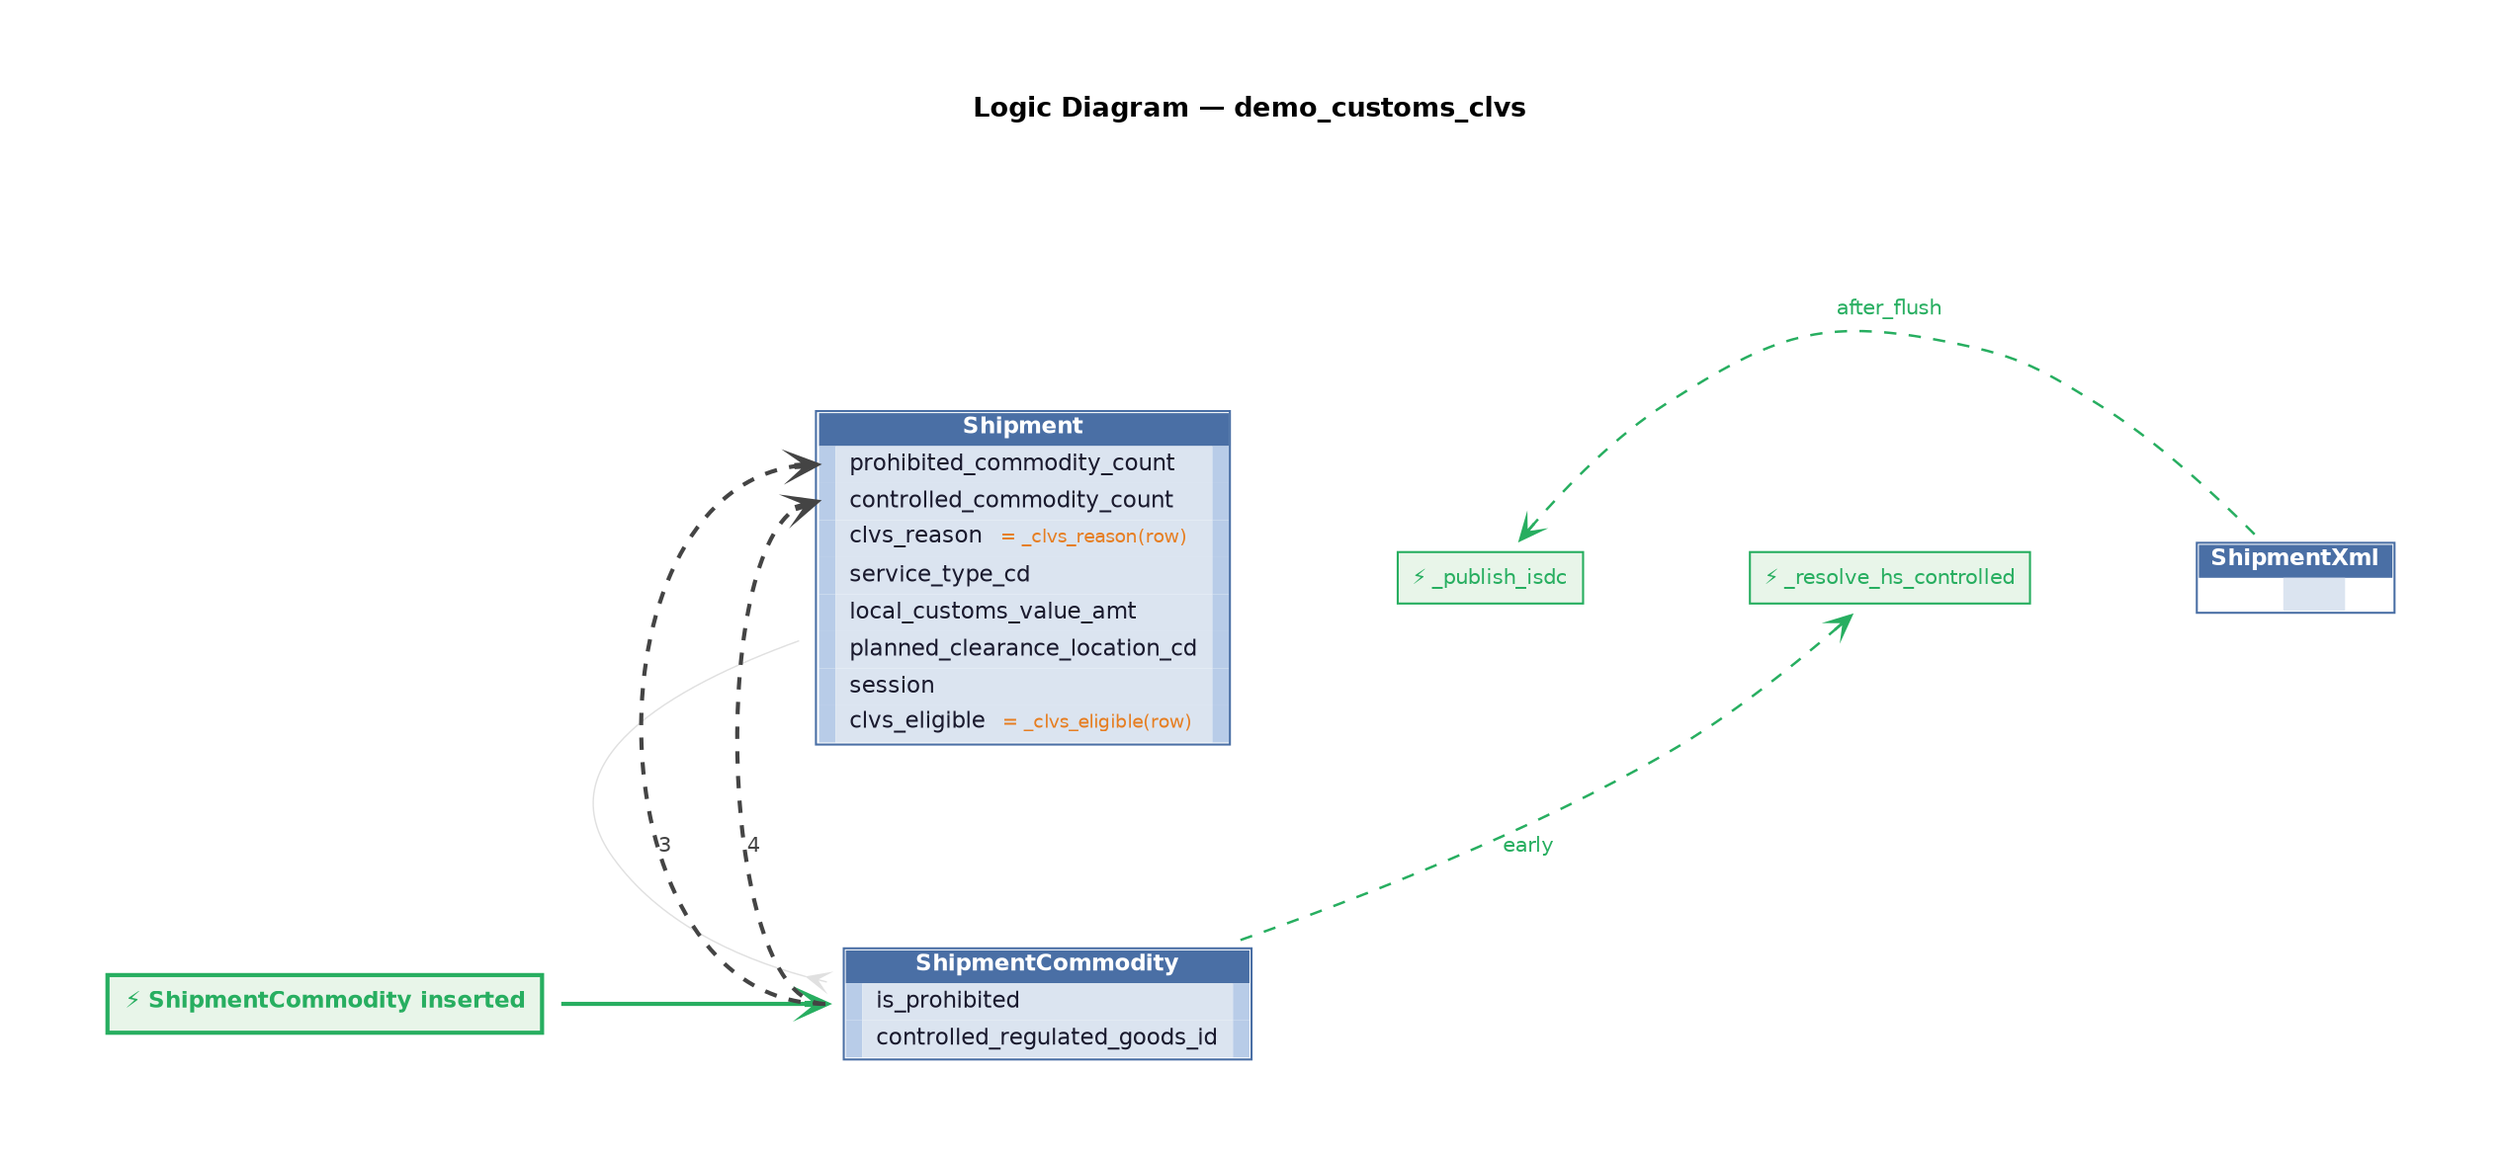
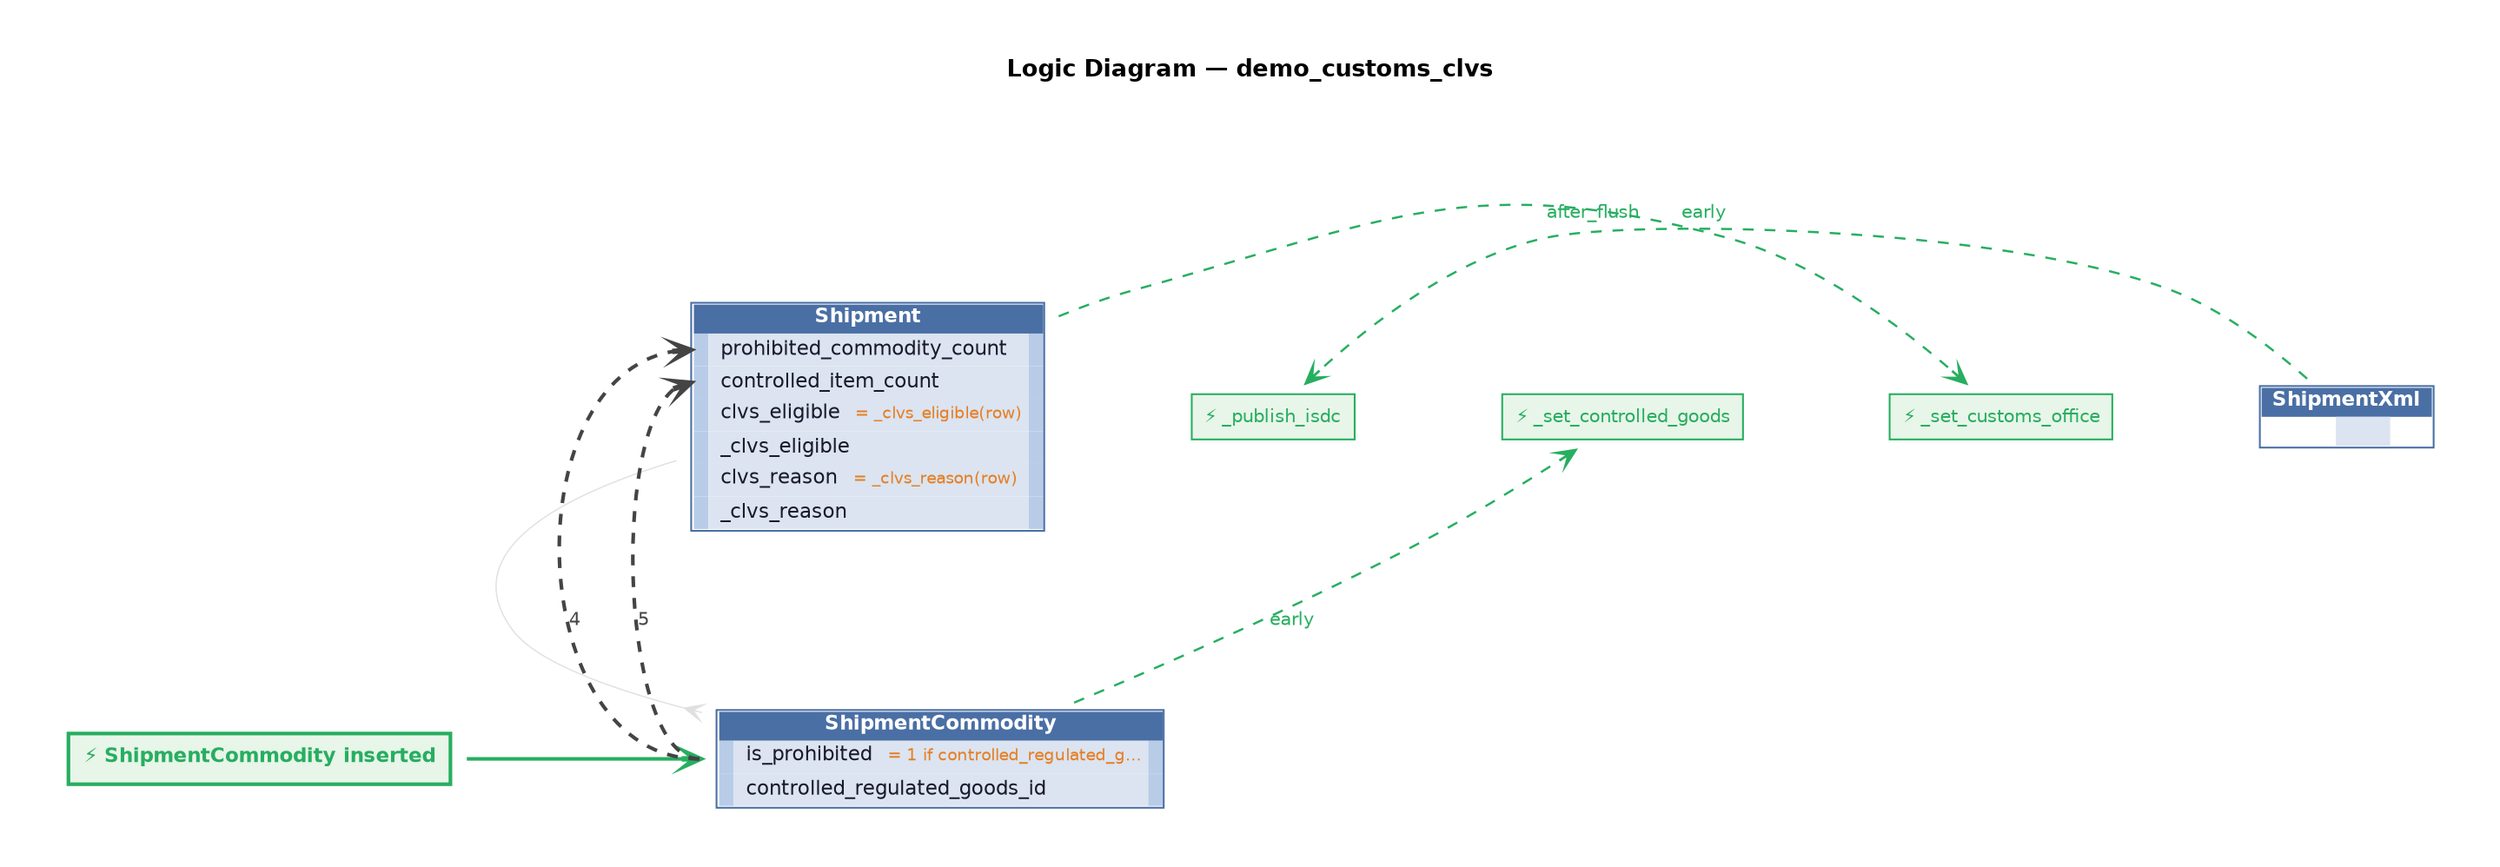
digraph logic {
  graph [rankdir=TB, fontname="Helvetica", fontsize=13,
         label=<<B>Logic Diagram — demo_customs_clvs</B>>, labelloc=t,
-          pad=0.6, nodesep=0.9, ranksep=1.1, bgcolor="white",
+          pad=0.4, nodesep=0.90, ranksep=1.10, bgcolor="white",
         splines=spline]
  node  [fontname="Helvetica", fontsize=11, shape=plaintext]
  edge  [fontname="Helvetica", fontsize=10]

  // ── trigger ─────────────────────────────────────────────────────
  TRIGGER [label=<<TABLE BORDER="2" CELLBORDER="0" CELLPADDING="5" BGCOLOR="#e8f5e9" COLOR="#27ae60"><TR><TD><FONT COLOR="#27ae60"><B>&#9889; ShipmentCommodity inserted</B></FONT></TD></TR></TABLE>>, shape=plaintext]

  // ── schema layer ──────────────────────────────────────────────────
-   Shipment [label=<<TABLE BORDER="1" CELLBORDER="0" CELLSPACING="0" COLOR="#4a6fa5"><TR><TD COLSPAN="3" BGCOLOR="#4a6fa5"><FONT COLOR="white"><B> Shipment </B></FONT></TD></TR><TR><TD PORT="Shipment_prohibited_commodity_count_w" WIDTH="6" HEIGHT="18" BGCOLOR="#b8cce8"> </TD><TD PORT="Shipment_prohibited_commodity_count" ALIGN="LEFT" BGCOLOR="#dbe4f0" CELLPADDING="3"><FONT COLOR="#1a1a2e"> prohibited_commodity_count </FONT></TD><TD PORT="Shipment_prohibited_commodity_count_e" WIDTH="6" HEIGHT="18" BGCOLOR="#b8cce8"> </TD></TR><TR><TD PORT="Shipment_controlled_commodity_count_w" WIDTH="6" HEIGHT="18" BGCOLOR="#b8cce8"> </TD><TD PORT="Shipment_controlled_commodity_count" ALIGN="LEFT" BGCOLOR="#dbe4f0" CELLPADDING="3"><FONT COLOR="#1a1a2e"> controlled_commodity_count </FONT></TD><TD PORT="Shipment_controlled_commodity_count_e" WIDTH="6" HEIGHT="18" BGCOLOR="#b8cce8"> </TD></TR><TR><TD PORT="Shipment_clvs_reason_w" WIDTH="6" HEIGHT="18" BGCOLOR="#b8cce8"> </TD><TD PORT="Shipment_clvs_reason" ALIGN="LEFT" BGCOLOR="#dbe4f0" CELLPADDING="3"><FONT COLOR="#1a1a2e"> clvs_reason </FONT> <FONT COLOR="#e67e22" POINT-SIZE="9">= _clvs_reason(row)</FONT></TD><TD PORT="Shipment_clvs_reason_e" WIDTH="6" HEIGHT="18" BGCOLOR="#b8cce8"> </TD></TR><TR><TD PORT="Shipment_service_type_cd_w" WIDTH="6" HEIGHT="18" BGCOLOR="#b8cce8"> </TD><TD PORT="Shipment_service_type_cd" ALIGN="LEFT" BGCOLOR="#dbe4f0" CELLPADDING="3"><FONT COLOR="#1a1a2e"> service_type_cd </FONT></TD><TD PORT="Shipment_service_type_cd_e" WIDTH="6" HEIGHT="18" BGCOLOR="#b8cce8"> </TD></TR><TR><TD PORT="Shipment_local_customs_value_amt_w" WIDTH="6" HEIGHT="18" BGCOLOR="#b8cce8"> </TD><TD PORT="Shipment_local_customs_value_amt" ALIGN="LEFT" BGCOLOR="#dbe4f0" CELLPADDING="3"><FONT COLOR="#1a1a2e"> local_customs_value_amt </FONT></TD><TD PORT="Shipment_local_customs_value_amt_e" WIDTH="6" HEIGHT="18" BGCOLOR="#b8cce8"> </TD></TR><TR><TD PORT="Shipment_planned_clearance_location_cd_w" WIDTH="6" HEIGHT="18" BGCOLOR="#b8cce8"> </TD><TD PORT="Shipment_planned_clearance_location_cd" ALIGN="LEFT" BGCOLOR="#dbe4f0" CELLPADDING="3"><FONT COLOR="#1a1a2e"> planned_clearance_location_cd </FONT></TD><TD PORT="Shipment_planned_clearance_location_cd_e" WIDTH="6" HEIGHT="18" BGCOLOR="#b8cce8"> </TD></TR><TR><TD PORT="Shipment_session_w" WIDTH="6" HEIGHT="18" BGCOLOR="#b8cce8"> </TD><TD PORT="Shipment_session" ALIGN="LEFT" BGCOLOR="#dbe4f0" CELLPADDING="3"><FONT COLOR="#1a1a2e"> session </FONT></TD><TD PORT="Shipment_session_e" WIDTH="6" HEIGHT="18" BGCOLOR="#b8cce8"> </TD></TR><TR><TD PORT="Shipment_clvs_eligible_w" WIDTH="6" HEIGHT="18" BGCOLOR="#b8cce8"> </TD><TD PORT="Shipment_clvs_eligible" ALIGN="LEFT" BGCOLOR="#dbe4f0" CELLPADDING="3"><FONT COLOR="#1a1a2e"> clvs_eligible </FONT> <FONT COLOR="#e67e22" POINT-SIZE="9">= _clvs_eligible(row)</FONT></TD><TD PORT="Shipment_clvs_eligible_e" WIDTH="6" HEIGHT="18" BGCOLOR="#b8cce8"> </TD></TR></TABLE>>]
-   ShipmentCommodity [label=<<TABLE BORDER="1" CELLBORDER="0" CELLSPACING="0" COLOR="#4a6fa5"><TR><TD COLSPAN="3" BGCOLOR="#4a6fa5"><FONT COLOR="white"><B> ShipmentCommodity </B></FONT></TD></TR><TR><TD PORT="ShipmentCommodity_is_prohibited_w" WIDTH="6" HEIGHT="18" BGCOLOR="#b8cce8"> </TD><TD PORT="ShipmentCommodity_is_prohibited" ALIGN="LEFT" BGCOLOR="#dbe4f0" CELLPADDING="3"><FONT COLOR="#1a1a2e"> is_prohibited </FONT></TD><TD PORT="ShipmentCommodity_is_prohibited_e" WIDTH="6" HEIGHT="18" BGCOLOR="#b8cce8"> </TD></TR><TR><TD PORT="ShipmentCommodity_controlled_regulated_goods_id_w" WIDTH="6" HEIGHT="18" BGCOLOR="#b8cce8"> </TD><TD PORT="ShipmentCommodity_controlled_regulated_goods_id" ALIGN="LEFT" BGCOLOR="#dbe4f0" CELLPADDING="3"><FONT COLOR="#1a1a2e"> controlled_regulated_goods_id </FONT></TD><TD PORT="ShipmentCommodity_controlled_regulated_goods_id_e" WIDTH="6" HEIGHT="18" BGCOLOR="#b8cce8"> </TD></TR></TABLE>>]
+   Shipment [label=<<TABLE BORDER="1" CELLBORDER="0" CELLSPACING="0" COLOR="#4a6fa5"><TR><TD COLSPAN="3" BGCOLOR="#4a6fa5"><FONT COLOR="white"><B> Shipment </B></FONT></TD></TR><TR><TD PORT="Shipment_prohibited_commodity_count_w" WIDTH="6" HEIGHT="18" BGCOLOR="#b8cce8"> </TD><TD PORT="Shipment_prohibited_commodity_count" ALIGN="LEFT" BGCOLOR="#dbe4f0" CELLPADDING="3"><FONT COLOR="#1a1a2e"> prohibited_commodity_count </FONT></TD><TD PORT="Shipment_prohibited_commodity_count_e" WIDTH="6" HEIGHT="18" BGCOLOR="#b8cce8"> </TD></TR><TR><TD PORT="Shipment_controlled_item_count_w" WIDTH="6" HEIGHT="18" BGCOLOR="#b8cce8"> </TD><TD PORT="Shipment_controlled_item_count" ALIGN="LEFT" BGCOLOR="#dbe4f0" CELLPADDING="3"><FONT COLOR="#1a1a2e"> controlled_item_count </FONT></TD><TD PORT="Shipment_controlled_item_count_e" WIDTH="6" HEIGHT="18" BGCOLOR="#b8cce8"> </TD></TR><TR><TD PORT="Shipment_clvs_eligible_w" WIDTH="6" HEIGHT="18" BGCOLOR="#b8cce8"> </TD><TD PORT="Shipment_clvs_eligible" ALIGN="LEFT" BGCOLOR="#dbe4f0" CELLPADDING="3"><FONT COLOR="#1a1a2e"> clvs_eligible </FONT> <FONT COLOR="#e67e22" POINT-SIZE="9">= _clvs_eligible(row)</FONT></TD><TD PORT="Shipment_clvs_eligible_e" WIDTH="6" HEIGHT="18" BGCOLOR="#b8cce8"> </TD></TR><TR><TD PORT="Shipment__clvs_eligible_w" WIDTH="6" HEIGHT="18" BGCOLOR="#b8cce8"> </TD><TD PORT="Shipment__clvs_eligible" ALIGN="LEFT" BGCOLOR="#dbe4f0" CELLPADDING="3"><FONT COLOR="#1a1a2e"> _clvs_eligible </FONT></TD><TD PORT="Shipment__clvs_eligible_e" WIDTH="6" HEIGHT="18" BGCOLOR="#b8cce8"> </TD></TR><TR><TD PORT="Shipment_clvs_reason_w" WIDTH="6" HEIGHT="18" BGCOLOR="#b8cce8"> </TD><TD PORT="Shipment_clvs_reason" ALIGN="LEFT" BGCOLOR="#dbe4f0" CELLPADDING="3"><FONT COLOR="#1a1a2e"> clvs_reason </FONT> <FONT COLOR="#e67e22" POINT-SIZE="9">= _clvs_reason(row)</FONT></TD><TD PORT="Shipment_clvs_reason_e" WIDTH="6" HEIGHT="18" BGCOLOR="#b8cce8"> </TD></TR><TR><TD PORT="Shipment__clvs_reason_w" WIDTH="6" HEIGHT="18" BGCOLOR="#b8cce8"> </TD><TD PORT="Shipment__clvs_reason" ALIGN="LEFT" BGCOLOR="#dbe4f0" CELLPADDING="3"><FONT COLOR="#1a1a2e"> _clvs_reason </FONT></TD><TD PORT="Shipment__clvs_reason_e" WIDTH="6" HEIGHT="18" BGCOLOR="#b8cce8"> </TD></TR></TABLE>>]
+   ShipmentCommodity [label=<<TABLE BORDER="1" CELLBORDER="0" CELLSPACING="0" COLOR="#4a6fa5"><TR><TD COLSPAN="3" BGCOLOR="#4a6fa5"><FONT COLOR="white"><B> ShipmentCommodity </B></FONT></TD></TR><TR><TD PORT="ShipmentCommodity_is_prohibited_w" WIDTH="6" HEIGHT="18" BGCOLOR="#b8cce8"> </TD><TD PORT="ShipmentCommodity_is_prohibited" ALIGN="LEFT" BGCOLOR="#dbe4f0" CELLPADDING="3"><FONT COLOR="#1a1a2e"> is_prohibited </FONT> <FONT COLOR="#e67e22" POINT-SIZE="9">= 1 if controlled_regulated_g...</FONT></TD><TD PORT="ShipmentCommodity_is_prohibited_e" WIDTH="6" HEIGHT="18" BGCOLOR="#b8cce8"> </TD></TR><TR><TD PORT="ShipmentCommodity_controlled_regulated_goods_id_w" WIDTH="6" HEIGHT="18" BGCOLOR="#b8cce8"> </TD><TD PORT="ShipmentCommodity_controlled_regulated_goods_id" ALIGN="LEFT" BGCOLOR="#dbe4f0" CELLPADDING="3"><FONT COLOR="#1a1a2e"> controlled_regulated_goods_id </FONT></TD><TD PORT="ShipmentCommodity_controlled_regulated_goods_id_e" WIDTH="6" HEIGHT="18" BGCOLOR="#b8cce8"> </TD></TR></TABLE>>]
  ShipmentXml [label=<<TABLE BORDER="1" CELLBORDER="0" CELLSPACING="0" COLOR="#4a6fa5"><TR><TD COLSPAN="3" BGCOLOR="#4a6fa5"><FONT COLOR="white"><B> ShipmentXml </B></FONT></TD></TR><TR><TD></TD><TD BGCOLOR="#dbe4f0"><FONT COLOR="#1a1a2e">  </FONT></TD><TD></TD></TR></TABLE>>]
  // ── rank groupings ────────────────────────────────────────────────
  { rank=min; ShipmentXml; Shipment }
  { rank=max; ShipmentCommodity; TRIGGER }

  // ── FK relationships ───────────────────────────────────────────
  ShipmentCommodity -> Shipment [color="#e0e0e0", style=solid, arrowhead=none, arrowtail=crow, dir=both, penwidth=0.7, constraint=false, weight=1]

  // ── trigger edge ──────────────────────────────────────────────
  TRIGGER -> ShipmentCommodity [color="#27ae60", style=bold, arrowhead=vee, penwidth=2, weight=10]

  // ── logic edges ────────────────────────────────────────────────────
-   // INTRA:Shipment:prohibited_commodity_count:clvs_reason:1:0
-   // INTRA:Shipment:session:clvs_reason:1:1
-   // INTRA:Shipment:prohibited_commodity_count:clvs_eligible:2:2
-   // INTRA:Shipment:session:clvs_eligible:2:3
-   ShipmentCommodity -> Shipment:Shipment_prohibited_commodity_count_w [label="3", color="#444444", fontcolor="#444444", arrowhead=vee, penwidth=2, style=dashed, weight=8, tailport=w]
-   ShipmentCommodity -> Shipment:Shipment_controlled_commodity_count_w [label="4", color="#444444", fontcolor="#444444", arrowhead=vee, penwidth=2, style=dashed, weight=8, tailport=w]
+   // INTRA:ShipmentCommodity:controlled_regulated_goods_id:is_prohibited:1:0
+   // INTRA:Shipment:_clvs_eligible:clvs_eligible:2:0
+   // INTRA:Shipment:_clvs_reason:clvs_reason:3:1
+   ShipmentCommodity -> Shipment:Shipment_prohibited_commodity_count_w [label="4", color="#444444", fontcolor="#444444", arrowhead=vee, penwidth=2, style=dashed, weight=8, tailport=w]
+   ShipmentCommodity -> Shipment:Shipment_controlled_item_count_w [label="5", color="#444444", fontcolor="#444444", arrowhead=vee, penwidth=2, style=dashed, weight=8, tailport=w]

  // ── events (right cluster) ─────────────────────────────────────
  subgraph cluster_events {
    style=invis
-     evt__resolve_hs_controlled [label=<<TABLE BORDER="1" CELLBORDER="0" CELLPADDING="4" BGCOLOR="#e8f5e9" COLOR="#27ae60"><TR><TD><FONT COLOR="#27ae60" POINT-SIZE="10">&#9889; _resolve_hs_controlled</FONT></TD></TR></TABLE>>, shape=plaintext]
+     evt__set_customs_office [label=<<TABLE BORDER="1" CELLBORDER="0" CELLPADDING="4" BGCOLOR="#e8f5e9" COLOR="#27ae60"><TR><TD><FONT COLOR="#27ae60" POINT-SIZE="10">&#9889; _set_customs_office</FONT></TD></TR></TABLE>>, shape=plaintext]
+     evt__set_controlled_goods [label=<<TABLE BORDER="1" CELLBORDER="0" CELLPADDING="4" BGCOLOR="#e8f5e9" COLOR="#27ae60"><TR><TD><FONT COLOR="#27ae60" POINT-SIZE="10">&#9889; _set_controlled_goods</FONT></TD></TR></TABLE>>, shape=plaintext]
    evt__publish_isdc [label=<<TABLE BORDER="1" CELLBORDER="0" CELLPADDING="4" BGCOLOR="#e8f5e9" COLOR="#27ae60"><TR><TD><FONT COLOR="#27ae60" POINT-SIZE="10">&#9889; _publish_isdc</FONT></TD></TR></TABLE>>, shape=plaintext]
  }
-   ShipmentCommodity -> evt__resolve_hs_controlled [label="early", color="#27ae60", style=dashed, arrowhead=open, penwidth=1.2, fontcolor="#27ae60", constraint=false]
+   Shipment -> evt__set_customs_office [label="early", color="#27ae60", style=dashed, arrowhead=open, penwidth=1.2, fontcolor="#27ae60", constraint=false]
+   ShipmentCommodity -> evt__set_controlled_goods [label="early", color="#27ae60", style=dashed, arrowhead=open, penwidth=1.2, fontcolor="#27ae60", constraint=false]
  ShipmentXml -> evt__publish_isdc [label="after_flush", color="#27ae60", style=dashed, arrowhead=open, penwidth=1.2, fontcolor="#27ae60", constraint=false]
}